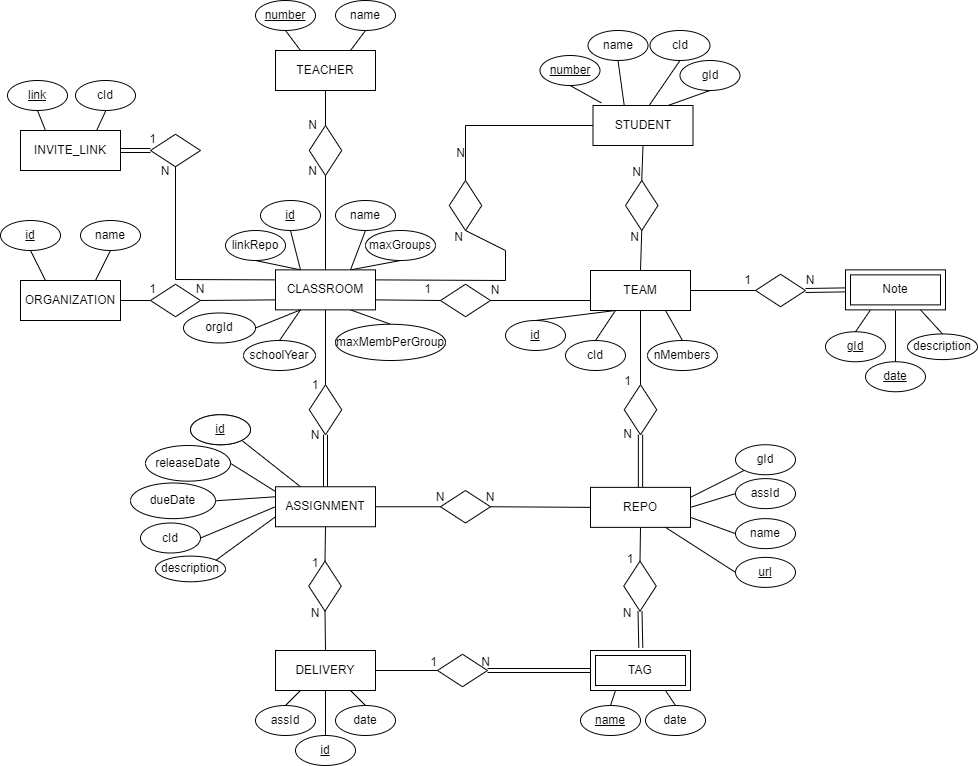
Before: docs/data_model/data_model.png, a diagram exported from draw.io (i-on-project/teams). Source tidied: cells renumbered, new cells last; positions are measured from the earlier drawing's top-left corner, leaving out a move shared by most shapes.
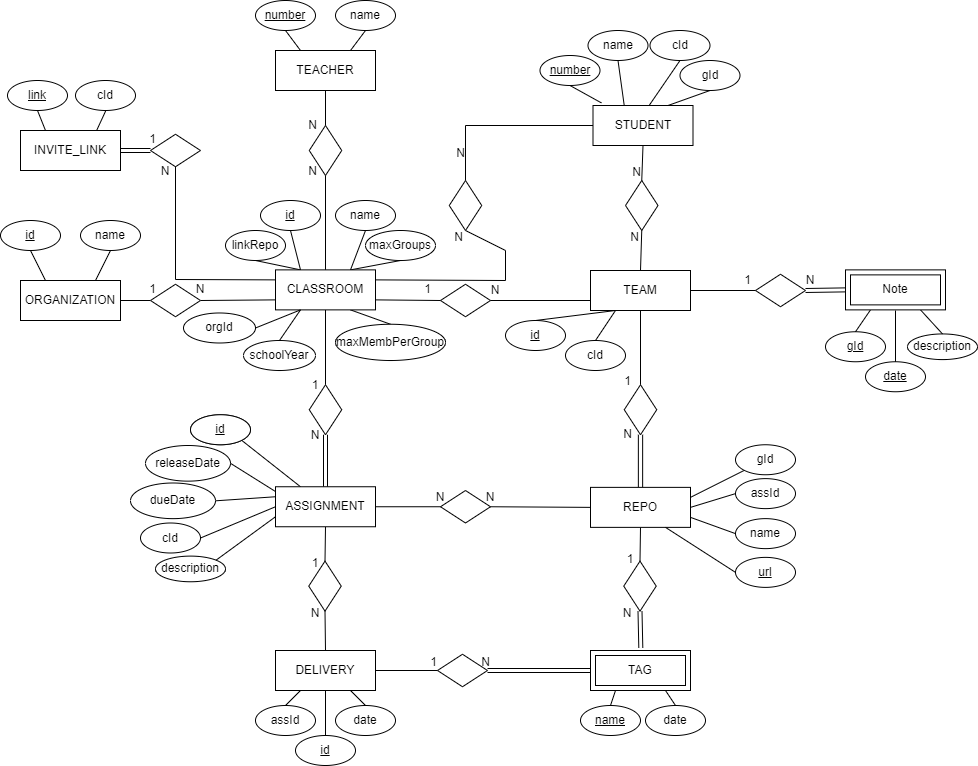
The same diagram one commit later.

Commit message:
Update schema definition file. #9

Diff of the diagram source:
```diff
@@ -248,12 +248,6 @@
     <mxCell id="79" style="endArrow=none;html=1;rounded=0;entryX=0.5;entryY=1;entryDx=0;entryDy=0;exitX=0.75;exitY=0;exitDx=0;exitDy=0;" parent="1" edge="1" source="135" target="78">
       <mxGeometry relative="1" as="geometry" />
     </mxCell>
-    <mxCell id="80" value="nMembers" style="ellipse;whiteSpace=wrap;html=1;" parent="1" vertex="1">
-      <mxGeometry x="647" y="340" width="70" height="30" as="geometry" />
-    </mxCell>
-    <mxCell id="81" style="endArrow=none;html=1;rounded=0;entryX=0.5;entryY=0;entryDx=0;entryDy=0;exitX=0.75;exitY=1;exitDx=0;exitDy=0;" parent="1" edge="1" source="132" target="80">
-      <mxGeometry relative="1" as="geometry" />
-    </mxCell>
     <mxCell id="82" value="gId" style="ellipse;whiteSpace=wrap;html=1;" parent="1" vertex="1">
       <mxGeometry x="679.5" y="60" width="60" height="30" as="geometry" />
     </mxCell>
```
